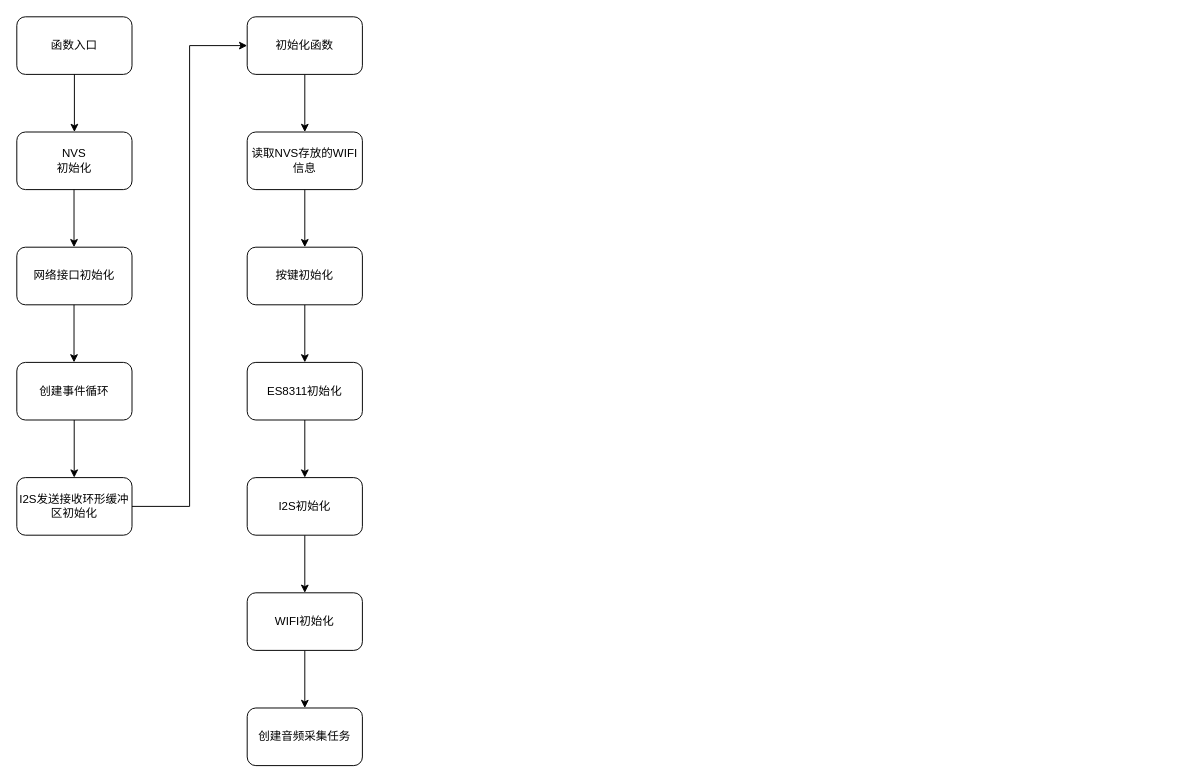
BraveGlide/ObsidianSync keeps this draw.io diagram as pic/未命名绘图.drawio. Above is the earlier version. Source tidied: cells renumbered, new cells numbered last; positions are measured from the earlier drawing's top-left corner, leaving out a move shared by most shapes. Both pictures are drawn from the tidied source at 96%, with x=0, y=0 at pixel (16, 16).
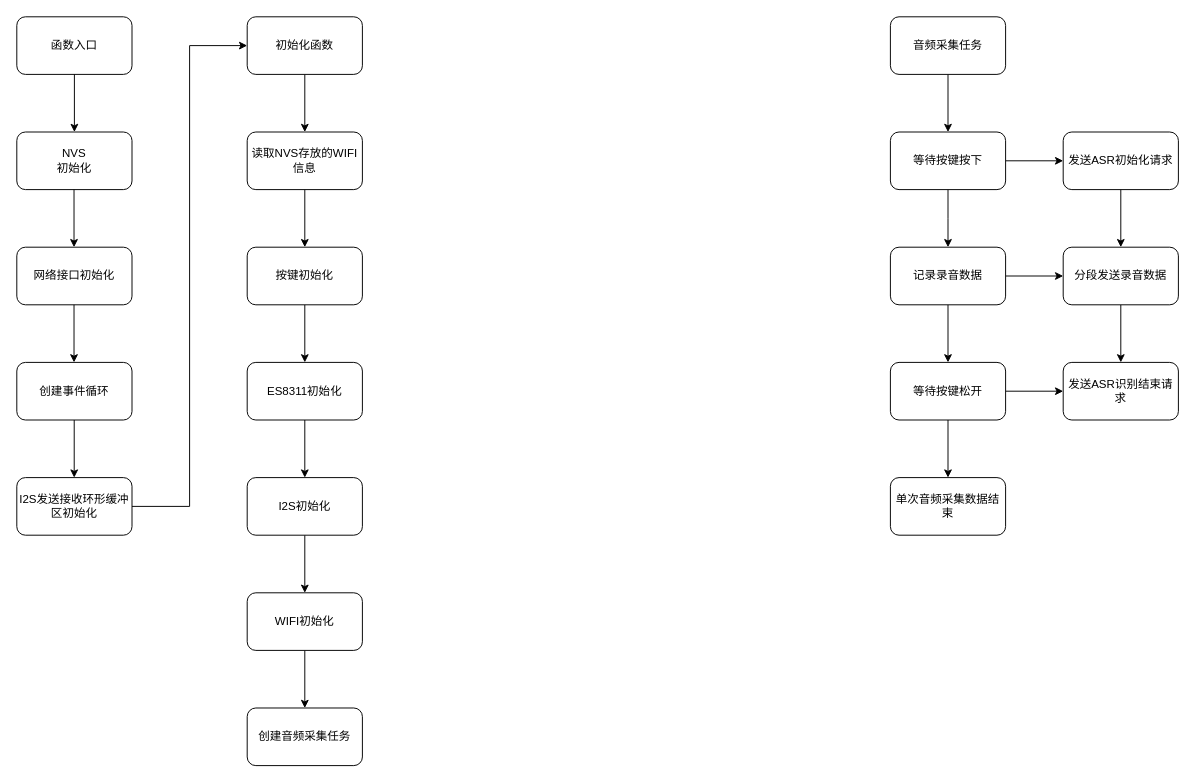
The same page after the edit.

Commit message:
更新未命名绘图.drawio

The edit, as a diff of the source:
```diff
@@
+    <mxCell id="25" style="edgeStyle=orthogonalEdgeStyle;rounded=0;jettySize=auto;html=1;" parent="1" edge="1" source="26" target="29">
+      <mxGeometry relative="1" as="geometry" />
+    </mxCell>
+    <mxCell id="26" value="&lt;div&gt;音频采集任务&lt;/div&gt;" style="rounded=1;whiteSpace=wrap;html=1;" parent="1" vertex="1">
+      <mxGeometry x="910" width="120" height="60" as="geometry" />
+    </mxCell>
+    <mxCell id="27" style="edgeStyle=orthogonalEdgeStyle;rounded=0;jettySize=auto;html=1;" parent="1" edge="1" source="29">
+      <mxGeometry relative="1" as="geometry">
+        <mxPoint x="970" y="240" as="targetPoint" />
+      </mxGeometry>
+    </mxCell>
+    <mxCell id="28" style="edgeStyle=orthogonalEdgeStyle;rounded=0;jettySize=auto;html=1;" parent="1" edge="1" source="29" target="31">
+      <mxGeometry relative="1" as="geometry" />
+    </mxCell>
+    <mxCell id="29" value="&lt;div&gt;等待按键按下&lt;/div&gt;" style="rounded=1;whiteSpace=wrap;html=1;" parent="1" vertex="1">
+      <mxGeometry x="910" y="120" width="120" height="60" as="geometry" />
+    </mxCell>
+    <mxCell id="30" style="edgeStyle=orthogonalEdgeStyle;rounded=0;jettySize=auto;html=1;" parent="1" edge="1" source="31" target="36">
+      <mxGeometry relative="1" as="geometry" />
+    </mxCell>
+    <mxCell id="31" value="发送ASR初始化请求" style="rounded=1;whiteSpace=wrap;html=1;" parent="1" vertex="1">
+      <mxGeometry x="1090" y="120" width="120" height="60" as="geometry" />
+    </mxCell>
+    <mxCell id="32" style="edgeStyle=orthogonalEdgeStyle;rounded=0;jettySize=auto;html=1;" parent="1" edge="1" source="34" target="36">
+      <mxGeometry relative="1" as="geometry" />
+    </mxCell>
+    <mxCell id="33" style="edgeStyle=orthogonalEdgeStyle;rounded=0;jettySize=auto;html=1;" parent="1" edge="1" source="34" target="39">
+      <mxGeometry relative="1" as="geometry" />
+    </mxCell>
+    <mxCell id="34" value="记录录音数据" style="rounded=1;whiteSpace=wrap;html=1;" parent="1" vertex="1">
+      <mxGeometry x="910" y="240" width="120" height="60" as="geometry" />
+    </mxCell>
+    <mxCell id="35" style="edgeStyle=orthogonalEdgeStyle;rounded=0;jettySize=auto;html=1;" parent="1" edge="1" source="36" target="40">
+      <mxGeometry relative="1" as="geometry" />
+    </mxCell>
+    <mxCell id="36" value="分段发送录音数据" style="rounded=1;whiteSpace=wrap;html=1;" parent="1" vertex="1">
+      <mxGeometry x="1090" y="240" width="120" height="60" as="geometry" />
+    </mxCell>
+    <mxCell id="37" style="edgeStyle=orthogonalEdgeStyle;rounded=0;jettySize=auto;html=1;" parent="1" edge="1" source="39" target="40">
+      <mxGeometry relative="1" as="geometry" />
+    </mxCell>
+    <mxCell id="38" style="edgeStyle=orthogonalEdgeStyle;rounded=0;jettySize=auto;html=1;" parent="1" edge="1" source="39" target="41">
+      <mxGeometry relative="1" as="geometry" />
+    </mxCell>
+    <mxCell id="39" value="等待按键松开" style="rounded=1;whiteSpace=wrap;html=1;" parent="1" vertex="1">
+      <mxGeometry x="910" y="360" width="120" height="60" as="geometry" />
+    </mxCell>
+    <mxCell id="40" value="发送ASR识别结束请求" style="rounded=1;whiteSpace=wrap;html=1;" parent="1" vertex="1">
+      <mxGeometry x="1090" y="360" width="120" height="60" as="geometry" />
+    </mxCell>
+    <mxCell id="41" value="单次音频采集数据结束" style="rounded=1;whiteSpace=wrap;html=1;" parent="1" vertex="1">
+      <mxGeometry x="910" y="480" width="120" height="60" as="geometry" />
+    </mxCell>
```
